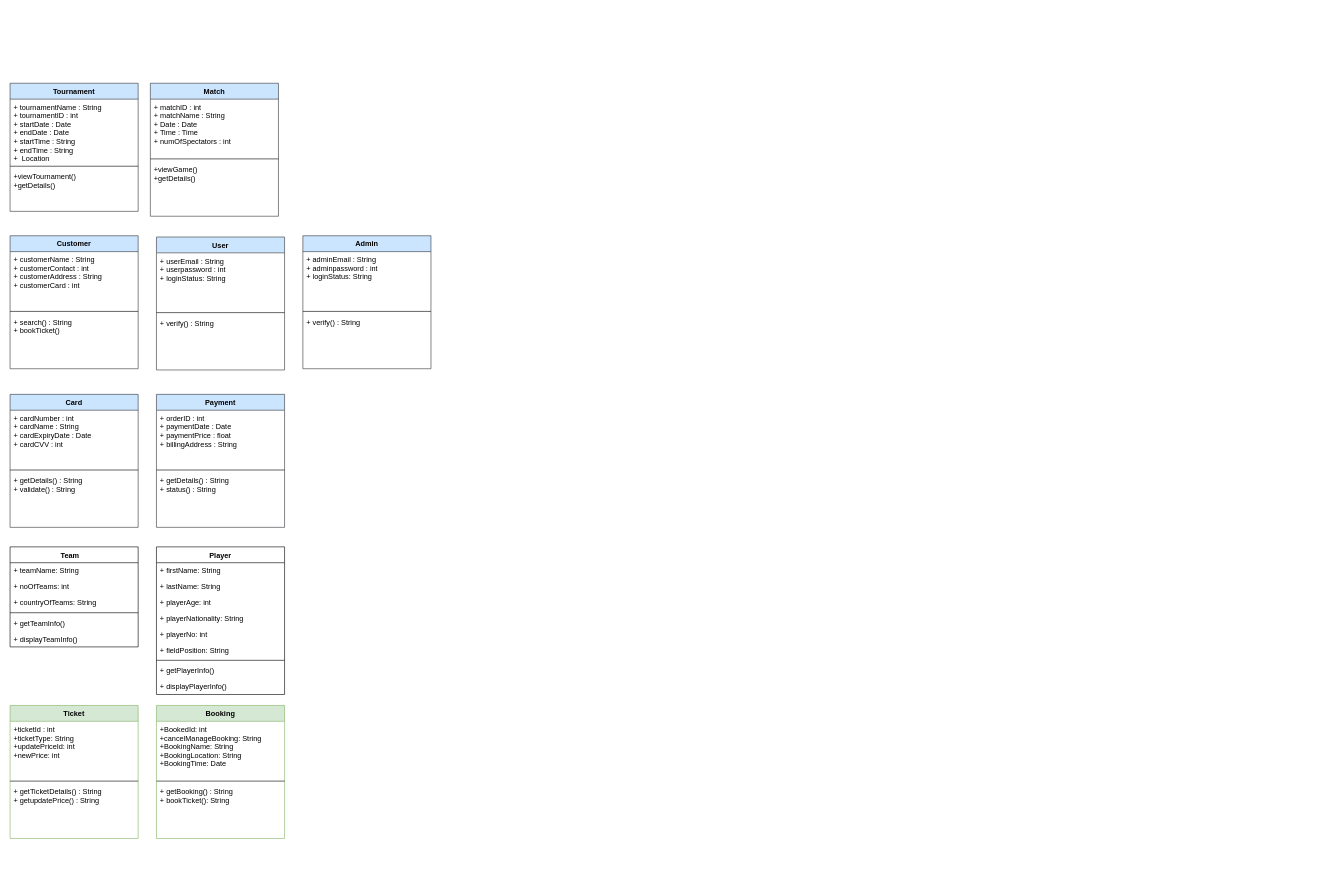
Above: SES_Class.drawio in mlvl974/SportsEventSystem (draw.io), before the change. Source tidied: cells renumbered, new cells numbered last; positions are measured from the earlier drawing's top-left corner, leaving out a move shared by most shapes. Both pictures are drawn from the tidied source at 61%, with x=0, y=0 at pixel (10, 83).
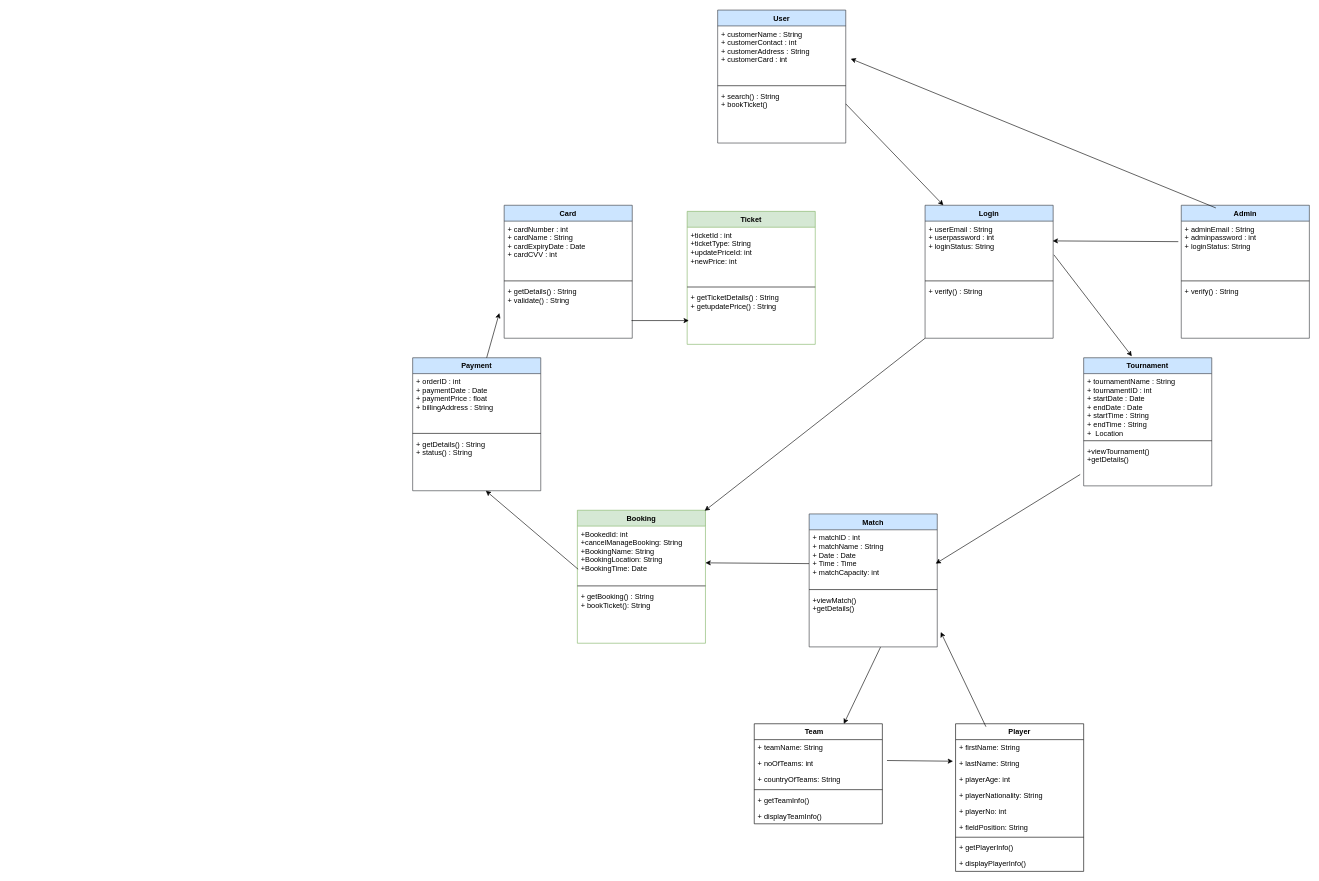
The same diagram, later.

The change refers to these unchanged cells:
```xml
<mxCell id="5" value="+viewTournament()&#10;+getDetails()" style="text;strokeColor=none;fillColor=none;align=left;verticalAlign=top;spacingLeft=4;spacingRight=4;overflow=hidden;points=[[0,0.5],[1,0.5]];portConstraint=eastwest;" parent="2" vertex="1">
  <mxGeometry y="140" width="210" height="70" as="geometry" />
</mxCell>
<mxCell id="13" value="+ getDetails() : String&#10;+ validate() : String" style="text;strokeColor=none;fillColor=none;align=left;verticalAlign=top;spacingLeft=4;spacingRight=4;overflow=hidden;points=[[0,0.5],[1,0.5]];portConstraint=eastwest;" parent="10" vertex="1">
  <mxGeometry y="128" width="210" height="90" as="geometry" />
</mxCell>
<mxCell id="15" value="+ customerName : String&#10;+ customerContact : int &#10;+ customerAddress : String&#10;+ customerCard : int" style="text;strokeColor=none;fillColor=none;align=left;verticalAlign=top;spacingLeft=4;spacingRight=4;overflow=hidden;points=[[0,0.5],[1,0.5]];portConstraint=eastwest;" parent="14" vertex="1">
  <mxGeometry y="26" width="210" height="94" as="geometry" />
</mxCell>
<mxCell id="19" value="+ userEmail : String&#10;+ userpassword : int &#10;+ loginStatus: String&#10;" style="text;strokeColor=none;fillColor=none;align=left;verticalAlign=top;spacingLeft=4;spacingRight=4;overflow=hidden;points=[[0,0.5],[1,0.5]];portConstraint=eastwest;" parent="18" vertex="1">
  <mxGeometry y="26" width="210" height="94" as="geometry" />
</mxCell>
<mxCell id="23" value="+ adminEmail : String&#10;+ adminpassword : int &#10;+ loginStatus: String&#10;" style="text;strokeColor=none;fillColor=none;align=left;verticalAlign=top;spacingLeft=4;spacingRight=4;overflow=hidden;points=[[0,0.5],[1,0.5]];portConstraint=eastwest;" parent="22" vertex="1">
  <mxGeometry y="26" width="210" height="94" as="geometry" />
</mxCell>
<mxCell id="32" value="+ noOfTeams: int" style="text;strokeColor=none;fillColor=none;align=left;verticalAlign=top;spacingLeft=4;spacingRight=4;overflow=hidden;points=[[0,0.5],[1,0.5]];portConstraint=eastwest;" parent="30" vertex="1">
  <mxGeometry y="52" width="210" height="26" as="geometry" />
</mxCell>
<mxCell id="39" value="+ lastName: String" style="text;strokeColor=none;fillColor=none;align=left;verticalAlign=top;spacingLeft=4;spacingRight=4;overflow=hidden;points=[[0,0.5],[1,0.5]];portConstraint=eastwest;" parent="37" vertex="1">
  <mxGeometry y="52" width="210" height="26" as="geometry" />
</mxCell>
<mxCell id="48" value="+BookedId: int&#10;+cancelManageBooking: String&#10;+BookingName: String&#10;+BookingLocation: String&#10;+BookingTime: Date&#10;" style="text;strokeColor=none;fillColor=none;align=left;verticalAlign=top;spacingLeft=4;spacingRight=4;overflow=hidden;points=[[0,0.5],[1,0.5]];portConstraint=eastwest;" parent="47" vertex="1">
  <mxGeometry y="26" width="210" height="94" as="geometry" />
</mxCell>
<mxCell id="54" value="+ getTicketDetails() : String&#10;+ getupdatePrice() : String&#10;" style="text;strokeColor=none;fillColor=none;align=left;verticalAlign=top;spacingLeft=4;spacingRight=4;overflow=hidden;points=[[0,0.5],[1,0.5]];portConstraint=eastwest;fontColor=#000000;" parent="51" vertex="1">
  <mxGeometry y="128" width="210" height="90" as="geometry" />
</mxCell>
```

What changed in the source:
```diff
@@
     <mxCell id="2" value="Tournament" style="swimlane;fontStyle=1;align=center;verticalAlign=top;horizontal=1;startSize=26;fillColor=#cce5ff;strokeColor=#36393d;" parent="1" vertex="1">
-      <mxGeometry width="210" height="210" as="geometry" />
+      <mxGeometry x="1760" y="450" width="210" height="210" as="geometry" />
     </mxCell>
@@
     <mxCell id="6" value="Payment" style="swimlane;fontStyle=1;align=center;verticalAlign=top;horizontal=1;startSize=26;fillColor=#cce5ff;strokeColor=#36393d;" parent="1" vertex="1">
-      <mxGeometry x="240" y="510" width="210" height="218" as="geometry" />
+      <mxGeometry x="660" y="450" width="210" height="218" as="geometry" />
     </mxCell>
@@
     <mxCell id="10" value="Card" style="swimlane;fontStyle=1;align=center;verticalAlign=top;horizontal=1;startSize=26;fillColor=#cce5ff;strokeColor=#36393d;" parent="1" vertex="1">
-      <mxGeometry y="510" width="210" height="218" as="geometry" />
+      <mxGeometry x="810" y="200" width="210" height="218" as="geometry" />
     </mxCell>
@@
-    <mxCell id="14" value="Customer" style="swimlane;fontStyle=1;align=center;verticalAlign=top;horizontal=1;startSize=26;fillColor=#cce5ff;strokeColor=#36393d;" parent="1" vertex="1">
-      <mxGeometry y="250" width="210" height="218" as="geometry" />
+    <mxCell id="14" value="User" style="swimlane;fontStyle=1;align=center;verticalAlign=top;horizontal=1;startSize=26;fillColor=#cce5ff;strokeColor=#36393d;" parent="1" vertex="1">
+      <mxGeometry x="1160" y="-120" width="210" height="218" as="geometry" />
     </mxCell>
@@
-    <mxCell id="18" value="User" style="swimlane;fontStyle=1;align=center;verticalAlign=top;horizontal=1;startSize=26;fillColor=#cce5ff;strokeColor=#36393d;" parent="1" vertex="1">
-      <mxGeometry x="240" y="252" width="210" height="218" as="geometry" />
+    <mxCell id="18" value="Login" style="swimlane;fontStyle=1;align=center;verticalAlign=top;horizontal=1;startSize=26;fillColor=#cce5ff;strokeColor=#36393d;" parent="1" vertex="1">
+      <mxGeometry x="1500" y="200" width="210" height="218" as="geometry" />
     </mxCell>
@@
     <mxCell id="22" value="Admin" style="swimlane;fontStyle=1;align=center;verticalAlign=top;horizontal=1;startSize=26;fillColor=#cce5ff;strokeColor=#36393d;" parent="1" vertex="1">
-      <mxGeometry x="480" y="250" width="210" height="218" as="geometry" />
+      <mxGeometry x="1920" y="200" width="210" height="218" as="geometry" />
     </mxCell>
@@
     <mxCell id="26" value="Match" style="swimlane;fontStyle=1;align=center;verticalAlign=top;horizontal=1;startSize=26;fillColor=#cce5ff;strokeColor=#36393d;" parent="1" vertex="1">
-      <mxGeometry x="230" width="210" height="218" as="geometry" />
+      <mxGeometry x="1310" y="706" width="210" height="218" as="geometry" />
     </mxCell>
-    <mxCell id="27" value="+ matchID : int&#10;+ matchName : String&#10;+ Date : Date&#10;+ Time : Time&#10;+ numOfSpectators : int" style="text;strokeColor=none;fillColor=none;align=left;verticalAlign=top;spacingLeft=4;spacingRight=4;overflow=hidden;points=[[0,0.5],[1,0.5]];portConstraint=eastwest;" parent="26" vertex="1">
+    <mxCell id="27" value="+ matchID : int&#10;+ matchName : String&#10;+ Date : Date&#10;+ Time : Time&#10;+ matchCapacity: int" style="text;strokeColor=none;fillColor=none;align=left;verticalAlign=top;spacingLeft=4;spacingRight=4;overflow=hidden;points=[[0,0.5],[1,0.5]];portConstraint=eastwest;" parent="26" vertex="1">
       <mxGeometry y="26" width="210" height="94" as="geometry" />
     </mxCell>
@@
-    <mxCell id="29" value="+viewGame()&#10;+getDetails()" style="text;strokeColor=none;fillColor=none;align=left;verticalAlign=top;spacingLeft=4;spacingRight=4;overflow=hidden;points=[[0,0.5],[1,0.5]];portConstraint=eastwest;" parent="26" vertex="1">
+    <mxCell id="29" value="+viewMatch()&#10;+getDetails()" style="text;strokeColor=none;fillColor=none;align=left;verticalAlign=top;spacingLeft=4;spacingRight=4;overflow=hidden;points=[[0,0.5],[1,0.5]];portConstraint=eastwest;" parent="26" vertex="1">
       <mxGeometry y="128" width="210" height="90" as="geometry" />
     </mxCell>
     <mxCell id="30" value="Team    " style="swimlane;fontStyle=1;align=center;verticalAlign=top;horizontal=1;startSize=26;" parent="1" vertex="1">
-      <mxGeometry y="760" width="210" height="164" as="geometry" />
+      <mxGeometry x="1220" y="1050" width="210" height="164" as="geometry" />
     </mxCell>
@@
     <mxCell id="37" value="Player" style="swimlane;fontStyle=1;align=center;verticalAlign=top;horizontal=1;startSize=26;" parent="1" vertex="1">
-      <mxGeometry x="240" y="760" width="210" height="242" as="geometry" />
+      <mxGeometry x="1550" y="1050" width="210" height="242" as="geometry" />
     </mxCell>
@@
     <mxCell id="47" value="Booking" style="swimlane;fontStyle=1;align=center;verticalAlign=top;horizontal=1;startSize=26;fillColor=#d5e8d4;strokeColor=#82b366;" parent="1" vertex="1">
-      <mxGeometry x="240" y="1020" width="210" height="218" as="geometry" />
+      <mxGeometry x="930" y="700" width="210" height="218" as="geometry" />
     </mxCell>
@@
     <mxCell id="51" value="Ticket" style="swimlane;fontStyle=1;align=center;verticalAlign=top;horizontal=1;startSize=26;fillColor=#d5e8d4;strokeColor=#82b366;" parent="1" vertex="1">
-      <mxGeometry y="1020" width="210" height="218" as="geometry" />
+      <mxGeometry x="1110" y="210" width="210" height="218" as="geometry" />
     </mxCell>
@@
+    <mxCell id="55" style="endArrow=classic;html=1;rounded=0;exitX=1.006;exitY=0.588;exitDx=0;exitDy=0;exitPerimeter=0;entryX=0.376;entryY=-0.012;entryDx=0;entryDy=0;entryPerimeter=0;" parent="1" edge="1" source="19" target="2">
+      <mxGeometry relative="1" as="geometry" />
+    </mxCell>
+    <mxCell id="56" style="endArrow=classic;html=1;rounded=0;exitX=-0.027;exitY=0.733;exitDx=0;exitDy=0;exitPerimeter=0;entryX=0.988;entryY=0.59;entryDx=0;entryDy=0;entryPerimeter=0;" parent="1" edge="1" source="5" target="27">
+      <mxGeometry relative="1" as="geometry" />
+    </mxCell>
+    <mxCell id="57" style="endArrow=classic;html=1;rounded=0;exitX=-0.001;exitY=0.59;exitDx=0;exitDy=0;exitPerimeter=0;entryX=0.988;entryY=0.59;entryDx=0;entryDy=0;entryPerimeter=0;" parent="1" edge="1" source="27">
+      <mxGeometry relative="1" as="geometry">
+        <mxPoint x="1140" y="786.2" as="targetPoint" />
+      </mxGeometry>
+    </mxCell>
+    <mxCell id="58" style="endArrow=classic;html=1;rounded=0;exitX=0.006;exitY=0.752;exitDx=0;exitDy=0;exitPerimeter=0;entryX=0.988;entryY=0.59;entryDx=0;entryDy=0;entryPerimeter=0;" parent="1" edge="1" source="48">
+      <mxGeometry relative="1" as="geometry">
+        <mxPoint x="780" y="668" as="targetPoint" />
+      </mxGeometry>
+    </mxCell>
+    <mxCell id="59" style="endArrow=classic;html=1;rounded=0;exitX=0.006;exitY=0.752;exitDx=0;exitDy=0;exitPerimeter=0;entryX=-0.038;entryY=0.541;entryDx=0;entryDy=0;entryPerimeter=0;" parent="1" edge="1" target="13">
+      <mxGeometry relative="1" as="geometry">
+        <mxPoint x="781.3" y="450" as="sourcePoint" />
+      </mxGeometry>
+    </mxCell>
+    <mxCell id="60" style="endArrow=classic;html=1;rounded=0;entryX=0.013;entryY=0.567;entryDx=0;entryDy=0;entryPerimeter=0;exitX=0.994;exitY=0.678;exitDx=0;exitDy=0;exitPerimeter=0;" parent="1" edge="1" source="13" target="54">
+      <mxGeometry relative="1" as="geometry" />
+    </mxCell>
+    <mxCell id="61" style="endArrow=classic;html=1;rounded=0;exitX=-0.027;exitY=0.733;exitDx=0;exitDy=0;exitPerimeter=0;entryX=0.994;entryY=0.004;entryDx=0;entryDy=0;entryPerimeter=0;" parent="1" edge="1" target="47">
+      <mxGeometry relative="1" as="geometry">
+        <mxPoint x="1500" y="418" as="sourcePoint" />
+      </mxGeometry>
+    </mxCell>
+    <mxCell id="62" style="endArrow=classic;html=1;rounded=0;exitX=0.557;exitY=1.004;exitDx=0;exitDy=0;exitPerimeter=0;entryX=0.699;entryY=0.001;entryDx=0;entryDy=0;entryPerimeter=0;" parent="1" edge="1" source="29" target="30">
+      <mxGeometry relative="1" as="geometry" />
+    </mxCell>
+    <mxCell id="63" style="endArrow=classic;html=1;rounded=0;exitX=1.036;exitY=0.317;exitDx=0;exitDy=0;exitPerimeter=0;entryX=-0.02;entryY=0.362;entryDx=0;entryDy=0;entryPerimeter=0;" parent="1" edge="1" source="32" target="39">
+      <mxGeometry relative="1" as="geometry" />
+    </mxCell>
+    <mxCell id="64" style="endArrow=classic;html=1;rounded=0;exitX=0.237;exitY=0.02;exitDx=0;exitDy=0;exitPerimeter=0;entryX=1.027;entryY=0.729;entryDx=0;entryDy=0;entryPerimeter=0;" parent="1" edge="1" source="37" target="29">
+      <mxGeometry relative="1" as="geometry" />
+    </mxCell>
+    <mxCell id="65" style="endArrow=classic;html=1;rounded=0;exitX=-0.023;exitY=0.358;exitDx=0;exitDy=0;exitPerimeter=0;entryX=0.996;entryY=0.345;entryDx=0;entryDy=0;entryPerimeter=0;" parent="1" edge="1" source="23" target="19">
+      <mxGeometry relative="1" as="geometry" />
+    </mxCell>
+    <mxCell id="66" style="endArrow=classic;html=1;rounded=0;exitX=1.006;exitY=0.588;exitDx=0;exitDy=0;exitPerimeter=0;entryX=0.143;entryY=0;entryDx=0;entryDy=0;entryPerimeter=0;" parent="1" edge="1" target="18">
+      <mxGeometry relative="1" as="geometry">
+        <mxPoint x="1370" y="33.8" as="sourcePoint" />
+      </mxGeometry>
+    </mxCell>
+    <mxCell id="67" style="endArrow=classic;html=1;rounded=0;exitX=0.27;exitY=0.02;exitDx=0;exitDy=0;exitPerimeter=0;entryX=1.039;entryY=0.572;entryDx=0;entryDy=0;entryPerimeter=0;" parent="1" edge="1" source="22" target="15">
+      <mxGeometry relative="1" as="geometry" />
+    </mxCell>
```
